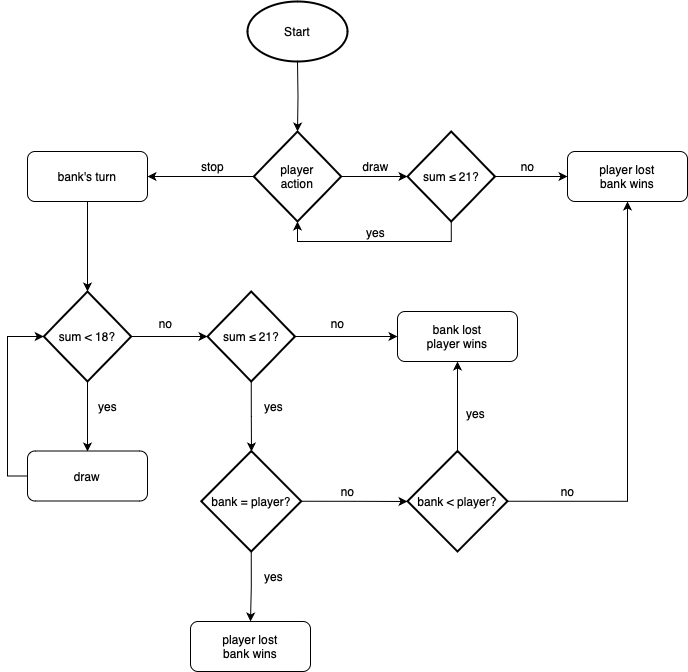
This is assets/images/kmom03_game.png from lvndquist/mvc, a draw.io export, as it was before one commit. Source tidied: cells renumbered, new cells last; positions are measured from the earlier drawing's top-left corner, leaving out a move shared by most shapes. The source it was exported from:
```xml
<mxGraphModel>
  <root>
    <mxCell id="0" />
    <mxCell id="1" parent="0" />
    <mxCell id="2" style="edgeStyle=orthogonalEdgeStyle;rounded=0;jettySize=auto;html=1;exitX=1;exitY=0.5;exitDx=0;exitDy=0;exitPerimeter=0;" parent="1" edge="1" source="4">
      <mxGeometry relative="1" as="geometry">
        <mxPoint x="380" y="175" as="targetPoint" />
      </mxGeometry>
    </mxCell>
    <mxCell id="3" style="edgeStyle=orthogonalEdgeStyle;rounded=0;jettySize=auto;html=1;exitX=0;exitY=0.5;exitDx=0;exitDy=0;exitPerimeter=0;entryX=1;entryY=0.5;entryDx=0;entryDy=0;" parent="1" edge="1" source="4" target="9">
      <mxGeometry relative="1" as="geometry" />
    </mxCell>
    <mxCell id="4" value="player&lt;div&gt;action&lt;/div&gt;" style="strokeWidth=2;html=1;shape=mxgraph.flowchart.decision;whiteSpace=wrap;" parent="1" vertex="1">
      <mxGeometry x="226.2" y="130" width="87.5" height="90" as="geometry" />
    </mxCell>
    <mxCell id="5" value="draw" style="text;html=1;align=center;verticalAlign=middle;strokeColor=none;fillColor=none;" parent="1" vertex="1">
      <mxGeometry x="323" y="150" width="50" height="30" as="geometry" />
    </mxCell>
    <mxCell id="6" value="stop" style="text;html=1;align=center;verticalAlign=middle;strokeColor=none;fillColor=none;" parent="1" vertex="1">
      <mxGeometry x="160" y="150" width="50" height="30" as="geometry" />
    </mxCell>
    <mxCell id="7" style="edgeStyle=orthogonalEdgeStyle;rounded=0;jettySize=auto;html=1;exitX=0.5;exitY=1;exitDx=0;exitDy=0;entryX=0.5;entryY=0;entryDx=0;entryDy=0;entryPerimeter=0;" parent="1" edge="1" target="4">
      <mxGeometry relative="1" as="geometry">
        <mxPoint x="270" y="60" as="sourcePoint" />
      </mxGeometry>
    </mxCell>
    <mxCell id="8" style="edgeStyle=orthogonalEdgeStyle;rounded=0;jettySize=auto;html=1;exitX=0.5;exitY=1;exitDx=0;exitDy=0;" parent="1" edge="1" source="9">
      <mxGeometry relative="1" as="geometry">
        <mxPoint x="60" y="290" as="targetPoint" />
      </mxGeometry>
    </mxCell>
    <mxCell id="9" value="bank's turn" style="rounded=1;whiteSpace=wrap;html=1;" parent="1" vertex="1">
      <mxGeometry y="150" width="120" height="50" as="geometry" />
    </mxCell>
    <mxCell id="10" style="edgeStyle=orthogonalEdgeStyle;rounded=0;jettySize=auto;html=1;exitX=0.5;exitY=1;exitDx=0;exitDy=0;exitPerimeter=0;entryX=0.5;entryY=1;entryDx=0;entryDy=0;entryPerimeter=0;" parent="1" edge="1" source="12" target="4">
      <mxGeometry relative="1" as="geometry" />
    </mxCell>
    <mxCell id="11" style="edgeStyle=orthogonalEdgeStyle;rounded=0;jettySize=auto;html=1;exitX=1;exitY=0.5;exitDx=0;exitDy=0;exitPerimeter=0;" parent="1" edge="1" source="12" target="16">
      <mxGeometry relative="1" as="geometry" />
    </mxCell>
    <mxCell id="12" value="sum ≤ 21?" style="strokeWidth=2;html=1;shape=mxgraph.flowchart.decision;whiteSpace=wrap;" parent="1" vertex="1">
      <mxGeometry x="380" y="130" width="87.5" height="90" as="geometry" />
    </mxCell>
    <mxCell id="13" value="Start" style="strokeWidth=2;html=1;shape=mxgraph.flowchart.start_1;whiteSpace=wrap;" parent="1" vertex="1">
      <mxGeometry x="220" width="100" height="60" as="geometry" />
    </mxCell>
    <mxCell id="14" value="yes" style="text;html=1;align=center;verticalAlign=middle;strokeColor=none;fillColor=none;" parent="1" vertex="1">
      <mxGeometry x="328" y="216" width="40" height="30" as="geometry" />
    </mxCell>
    <mxCell id="15" value="no" style="text;html=1;align=center;verticalAlign=middle;strokeColor=none;fillColor=none;" parent="1" vertex="1">
      <mxGeometry x="480" y="150" width="40" height="30" as="geometry" />
    </mxCell>
    <mxCell id="16" value="player lost&lt;div&gt;bank wins&lt;/div&gt;" style="rounded=1;whiteSpace=wrap;html=1;" parent="1" vertex="1">
      <mxGeometry x="540" y="150" width="120" height="50" as="geometry" />
    </mxCell>
    <mxCell id="17" style="edgeStyle=orthogonalEdgeStyle;rounded=0;jettySize=auto;html=1;exitX=0.5;exitY=1;exitDx=0;exitDy=0;exitPerimeter=0;" parent="1" edge="1" source="19">
      <mxGeometry relative="1" as="geometry">
        <mxPoint x="60" y="450" as="targetPoint" />
      </mxGeometry>
    </mxCell>
    <mxCell id="18" style="edgeStyle=orthogonalEdgeStyle;rounded=0;jettySize=auto;html=1;exitX=1;exitY=0.5;exitDx=0;exitDy=0;exitPerimeter=0;" parent="1" edge="1" source="19">
      <mxGeometry relative="1" as="geometry">
        <mxPoint x="180" y="335" as="targetPoint" />
      </mxGeometry>
    </mxCell>
    <mxCell id="19" value="sum &amp;lt; 18?" style="strokeWidth=2;html=1;shape=mxgraph.flowchart.decision;whiteSpace=wrap;" parent="1" vertex="1">
      <mxGeometry x="16.2" y="290" width="87.5" height="90" as="geometry" />
    </mxCell>
    <mxCell id="20" value="yes" style="text;html=1;align=center;verticalAlign=middle;strokeColor=none;fillColor=none;" parent="1" vertex="1">
      <mxGeometry x="60" y="390" width="40" height="30" as="geometry" />
    </mxCell>
    <mxCell id="21" value="draw" style="rounded=1;whiteSpace=wrap;html=1;" parent="1" vertex="1">
      <mxGeometry y="449.5" width="120" height="50" as="geometry" />
    </mxCell>
    <mxCell id="22" style="edgeStyle=orthogonalEdgeStyle;rounded=0;jettySize=auto;html=1;exitX=0;exitY=0.5;exitDx=0;exitDy=0;entryX=0;entryY=0.5;entryDx=0;entryDy=0;entryPerimeter=0;" parent="1" edge="1" source="21" target="19">
      <mxGeometry relative="1" as="geometry" />
    </mxCell>
    <mxCell id="23" value="no" style="text;html=1;align=center;verticalAlign=middle;strokeColor=none;fillColor=none;" parent="1" vertex="1">
      <mxGeometry x="118" y="307" width="40" height="30" as="geometry" />
    </mxCell>
    <mxCell id="24" style="edgeStyle=orthogonalEdgeStyle;rounded=0;jettySize=auto;html=1;exitX=1;exitY=0.5;exitDx=0;exitDy=0;exitPerimeter=0;entryX=0;entryY=0.5;entryDx=0;entryDy=0;" parent="1" edge="1" source="26" target="28">
      <mxGeometry relative="1" as="geometry" />
    </mxCell>
    <mxCell id="25" style="edgeStyle=orthogonalEdgeStyle;rounded=0;jettySize=auto;html=1;exitX=0.5;exitY=1;exitDx=0;exitDy=0;exitPerimeter=0;" parent="1" edge="1" source="26">
      <mxGeometry relative="1" as="geometry">
        <mxPoint x="224" y="450" as="targetPoint" />
      </mxGeometry>
    </mxCell>
    <mxCell id="26" value="sum ≤&amp;nbsp;21?" style="strokeWidth=2;html=1;shape=mxgraph.flowchart.decision;whiteSpace=wrap;" parent="1" vertex="1">
      <mxGeometry x="180" y="290" width="87.5" height="90" as="geometry" />
    </mxCell>
    <mxCell id="27" value="no" style="text;html=1;align=center;verticalAlign=middle;strokeColor=none;fillColor=none;" parent="1" vertex="1">
      <mxGeometry x="290" y="307" width="40" height="30" as="geometry" />
    </mxCell>
    <mxCell id="28" value="bank lost&lt;div&gt;player wins&lt;/div&gt;" style="rounded=1;whiteSpace=wrap;html=1;" parent="1" vertex="1">
      <mxGeometry x="370" y="310" width="120" height="50" as="geometry" />
    </mxCell>
    <mxCell id="29" value="no" style="text;html=1;align=center;verticalAlign=middle;strokeColor=none;fillColor=none;" parent="1" vertex="1">
      <mxGeometry x="300" y="475" width="40" height="30" as="geometry" />
    </mxCell>
    <mxCell id="30" value="yes" style="text;html=1;align=center;verticalAlign=middle;strokeColor=none;fillColor=none;" parent="1" vertex="1">
      <mxGeometry x="226.2" y="390" width="40" height="30" as="geometry" />
    </mxCell>
    <mxCell id="31" style="edgeStyle=orthogonalEdgeStyle;rounded=0;jettySize=auto;html=1;exitX=0.5;exitY=1;exitDx=0;exitDy=0;exitPerimeter=0;entryX=0.5;entryY=0;entryDx=0;entryDy=0;" parent="1" edge="1" source="33" target="34">
      <mxGeometry relative="1" as="geometry" />
    </mxCell>
    <mxCell id="32" style="edgeStyle=orthogonalEdgeStyle;rounded=0;jettySize=auto;html=1;exitX=1;exitY=0.5;exitDx=0;exitDy=0;exitPerimeter=0;" parent="1" edge="1" source="33">
      <mxGeometry relative="1" as="geometry">
        <mxPoint x="380" y="500" as="targetPoint" />
      </mxGeometry>
    </mxCell>
    <mxCell id="33" value="bank = player?" style="strokeWidth=2;html=1;shape=mxgraph.flowchart.decision;whiteSpace=wrap;" parent="1" vertex="1">
      <mxGeometry x="173.8" y="449.5" width="100" height="100.5" as="geometry" />
    </mxCell>
    <mxCell id="34" value="player lost&lt;div&gt;bank wins&lt;/div&gt;" style="rounded=1;whiteSpace=wrap;html=1;" parent="1" vertex="1">
      <mxGeometry x="163" y="620" width="120" height="50" as="geometry" />
    </mxCell>
    <mxCell id="35" value="yes" style="text;html=1;align=center;verticalAlign=middle;strokeColor=none;fillColor=none;" parent="1" vertex="1">
      <mxGeometry x="226.2" y="560" width="40" height="30" as="geometry" />
    </mxCell>
    <mxCell id="36" style="edgeStyle=orthogonalEdgeStyle;rounded=0;jettySize=auto;html=1;exitX=0.5;exitY=0;exitDx=0;exitDy=0;exitPerimeter=0;entryX=0.5;entryY=1;entryDx=0;entryDy=0;" parent="1" edge="1" source="38" target="28">
      <mxGeometry relative="1" as="geometry" />
    </mxCell>
    <mxCell id="37" style="edgeStyle=orthogonalEdgeStyle;rounded=0;jettySize=auto;html=1;exitX=1;exitY=0.5;exitDx=0;exitDy=0;exitPerimeter=0;entryX=0.5;entryY=1;entryDx=0;entryDy=0;" parent="1" edge="1" source="38" target="16">
      <mxGeometry relative="1" as="geometry" />
    </mxCell>
    <mxCell id="38" value="bank &amp;lt; player?" style="strokeWidth=2;html=1;shape=mxgraph.flowchart.decision;whiteSpace=wrap;" parent="1" vertex="1">
      <mxGeometry x="380" y="449.5" width="100" height="100.5" as="geometry" />
    </mxCell>
    <mxCell id="39" value="yes" style="text;html=1;align=center;verticalAlign=middle;strokeColor=none;fillColor=none;" parent="1" vertex="1">
      <mxGeometry x="428" y="397" width="40" height="30" as="geometry" />
    </mxCell>
    <mxCell id="40" value="no" style="text;html=1;align=center;verticalAlign=middle;strokeColor=none;fillColor=none;" parent="1" vertex="1">
      <mxGeometry x="520" y="475" width="40" height="30" as="geometry" />
    </mxCell>
  </root>
</mxGraphModel>
```
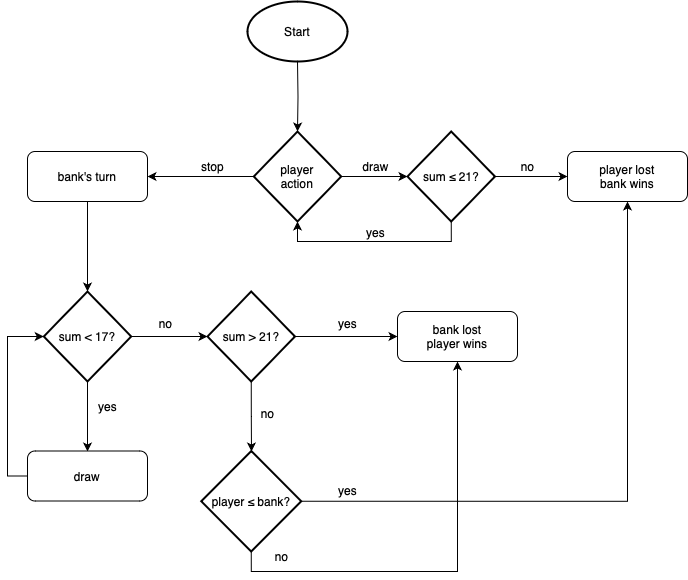
The same file after the commit.

Commit message:
finalize game styling for base requirements

Change to the diagram source:
```diff
@@ -63,7 +63,7 @@
         <mxPoint x="180" y="335" as="targetPoint" />
       </mxGeometry>
     </mxCell>
-    <mxCell id="19" value="sum &amp;lt; 18?" style="strokeWidth=2;html=1;shape=mxgraph.flowchart.decision;whiteSpace=wrap;" parent="1" vertex="1">
+    <mxCell id="19" value="sum &amp;lt; 17?" style="strokeWidth=2;html=1;shape=mxgraph.flowchart.decision;whiteSpace=wrap;" parent="1" vertex="1">
       <mxGeometry x="16.2" y="290" width="87.5" height="90" as="geometry" />
     </mxCell>
     <mxCell id="20" value="yes" style="text;html=1;align=center;verticalAlign=middle;strokeColor=none;fillColor=none;" parent="1" vertex="1">
@@ -86,52 +86,32 @@
         <mxPoint x="224" y="450" as="targetPoint" />
       </mxGeometry>
     </mxCell>
-    <mxCell id="26" value="sum ≤&amp;nbsp;21?" style="strokeWidth=2;html=1;shape=mxgraph.flowchart.decision;whiteSpace=wrap;" parent="1" vertex="1">
+    <mxCell id="26" value="sum &amp;gt; 21?" style="strokeWidth=2;html=1;shape=mxgraph.flowchart.decision;whiteSpace=wrap;" parent="1" vertex="1">
       <mxGeometry x="180" y="290" width="87.5" height="90" as="geometry" />
     </mxCell>
-    <mxCell id="27" value="no" style="text;html=1;align=center;verticalAlign=middle;strokeColor=none;fillColor=none;" parent="1" vertex="1">
-      <mxGeometry x="290" y="307" width="40" height="30" as="geometry" />
-    </mxCell>
     <mxCell id="28" value="bank lost&lt;div&gt;player wins&lt;/div&gt;" style="rounded=1;whiteSpace=wrap;html=1;" parent="1" vertex="1">
       <mxGeometry x="370" y="310" width="120" height="50" as="geometry" />
     </mxCell>
-    <mxCell id="29" value="no" style="text;html=1;align=center;verticalAlign=middle;strokeColor=none;fillColor=none;" parent="1" vertex="1">
-      <mxGeometry x="300" y="475" width="40" height="30" as="geometry" />
-    </mxCell>
-    <mxCell id="30" value="yes" style="text;html=1;align=center;verticalAlign=middle;strokeColor=none;fillColor=none;" parent="1" vertex="1">
-      <mxGeometry x="226.2" y="390" width="40" height="30" as="geometry" />
-    </mxCell>
-    <mxCell id="31" style="edgeStyle=orthogonalEdgeStyle;rounded=0;jettySize=auto;html=1;exitX=0.5;exitY=1;exitDx=0;exitDy=0;exitPerimeter=0;entryX=0.5;entryY=0;entryDx=0;entryDy=0;" parent="1" edge="1" source="33" target="34">
-      <mxGeometry relative="1" as="geometry" />
-    </mxCell>
-    <mxCell id="32" style="edgeStyle=orthogonalEdgeStyle;rounded=0;jettySize=auto;html=1;exitX=1;exitY=0.5;exitDx=0;exitDy=0;exitPerimeter=0;" parent="1" edge="1" source="33">
-      <mxGeometry relative="1" as="geometry">
-        <mxPoint x="380" y="500" as="targetPoint" />
-      </mxGeometry>
-    </mxCell>
-    <mxCell id="33" value="bank = player?" style="strokeWidth=2;html=1;shape=mxgraph.flowchart.decision;whiteSpace=wrap;" parent="1" vertex="1">
-      <mxGeometry x="173.8" y="449.5" width="100" height="100.5" as="geometry" />
-    </mxCell>
-    <mxCell id="34" value="player lost&lt;div&gt;bank wins&lt;/div&gt;" style="rounded=1;whiteSpace=wrap;html=1;" parent="1" vertex="1">
-      <mxGeometry x="163" y="620" width="120" height="50" as="geometry" />
-    </mxCell>
-    <mxCell id="35" value="yes" style="text;html=1;align=center;verticalAlign=middle;strokeColor=none;fillColor=none;" parent="1" vertex="1">
-      <mxGeometry x="226.2" y="560" width="40" height="30" as="geometry" />
-    </mxCell>
+    <mxCell id="37" style="edgeStyle=orthogonalEdgeStyle;rounded=0;jettySize=auto;html=1;exitX=1;exitY=0.5;exitDx=0;exitDy=0;exitPerimeter=0;entryX=0.5;entryY=1;entryDx=0;entryDy=0;" parent="1" edge="1" source="38" target="16">
+      <mxGeometry relative="1" as="geometry" />
+    </mxCell>
-    <mxCell id="36" style="edgeStyle=orthogonalEdgeStyle;rounded=0;jettySize=auto;html=1;exitX=0.5;exitY=0;exitDx=0;exitDy=0;exitPerimeter=0;entryX=0.5;entryY=1;entryDx=0;entryDy=0;" parent="1" edge="1" source="38" target="28">
+    <mxCell id="36" style="edgeStyle=orthogonalEdgeStyle;rounded=0;jettySize=auto;html=1;exitX=0.5;exitY=1;exitDx=0;exitDy=0;exitPerimeter=0;entryX=0.5;entryY=1;entryDx=0;entryDy=0;" parent="1" edge="1" source="38" target="28">
       <mxGeometry relative="1" as="geometry" />
     </mxCell>
-    <mxCell id="37" style="edgeStyle=orthogonalEdgeStyle;rounded=0;jettySize=auto;html=1;exitX=1;exitY=0.5;exitDx=0;exitDy=0;exitPerimeter=0;entryX=0.5;entryY=1;entryDx=0;entryDy=0;" parent="1" edge="1" source="38" target="16">
-      <mxGeometry relative="1" as="geometry" />
-    </mxCell>
-    <mxCell id="38" value="bank &amp;lt; player?" style="strokeWidth=2;html=1;shape=mxgraph.flowchart.decision;whiteSpace=wrap;" parent="1" vertex="1">
-      <mxGeometry x="380" y="449.5" width="100" height="100.5" as="geometry" />
+    <mxCell id="38" value="player ≤ bank?" style="strokeWidth=2;html=1;shape=mxgraph.flowchart.decision;whiteSpace=wrap;" parent="1" vertex="1">
+      <mxGeometry x="173.8" y="449.5" width="100" height="100.5" as="geometry" />
     </mxCell>
     <mxCell id="39" value="yes" style="text;html=1;align=center;verticalAlign=middle;strokeColor=none;fillColor=none;" parent="1" vertex="1">
-      <mxGeometry x="428" y="397" width="40" height="30" as="geometry" />
+      <mxGeometry x="300" y="474" width="40" height="30" as="geometry" />
     </mxCell>
-    <mxCell id="40" value="no" style="text;html=1;align=center;verticalAlign=middle;strokeColor=none;fillColor=none;" parent="1" vertex="1">
-      <mxGeometry x="520" y="475" width="40" height="30" as="geometry" />
-    </mxCell>
+    <mxCell id="41" value="yes" style="text;html=1;align=center;verticalAlign=middle;strokeColor=none;fillColor=none;" parent="1" vertex="1">
+      <mxGeometry x="300" y="307" width="40" height="30" as="geometry" />
+    </mxCell>
+    <mxCell id="42" value="no" style="text;html=1;align=center;verticalAlign=middle;strokeColor=none;fillColor=none;" parent="1" vertex="1">
+      <mxGeometry x="220" y="397" width="40" height="30" as="geometry" />
+    </mxCell>
+    <mxCell id="43" value="no" style="text;html=1;align=center;verticalAlign=middle;strokeColor=none;fillColor=none;" parent="1" vertex="1">
+      <mxGeometry x="233.8" y="540" width="40" height="30" as="geometry" />
+    </mxCell>
   </root>
 </mxGraphModel>
```
